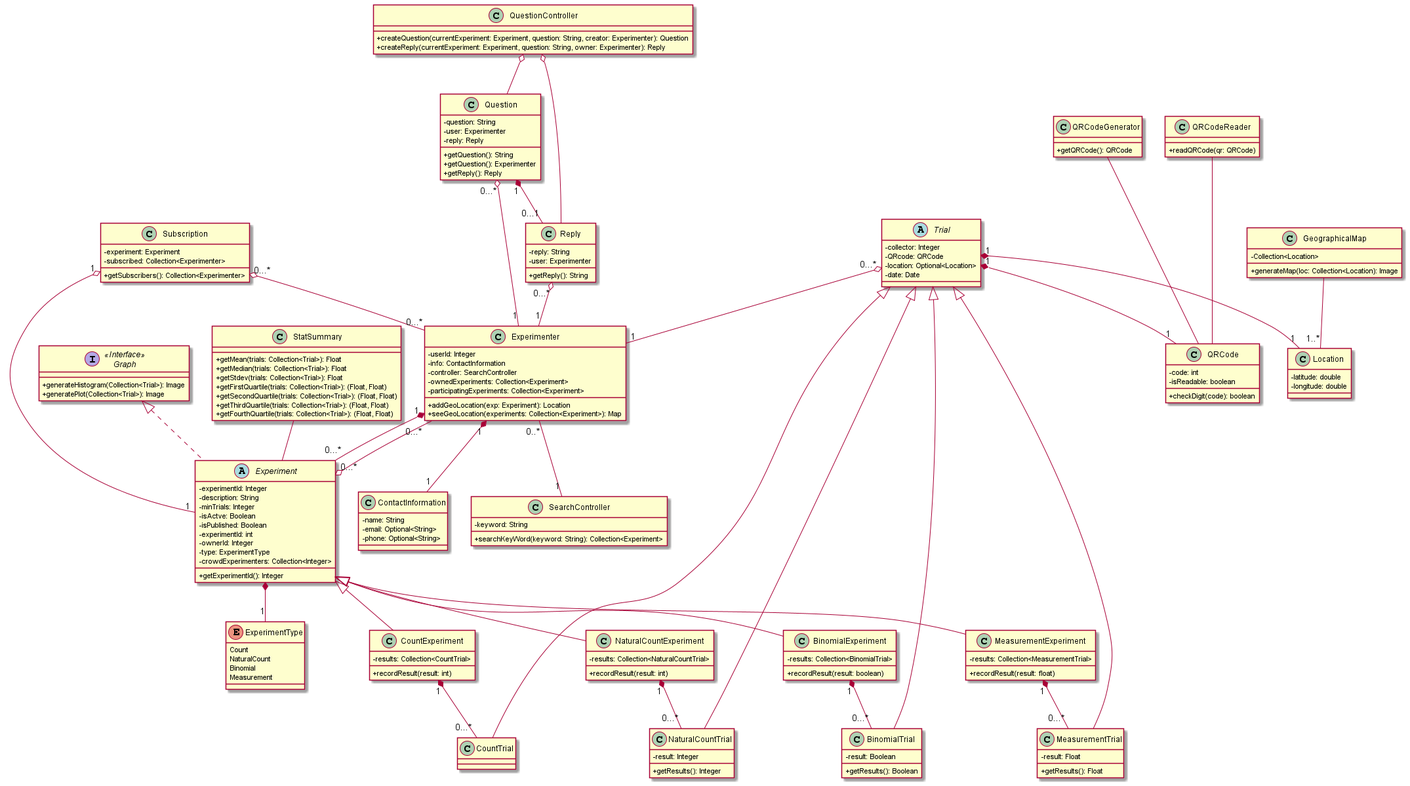
The PlantUML diagram doc/uml/UML.png in CMPUT301W21T03/Experiment-Automata, before a commit. Its diagram source:
```plantuml
@startuml UML
skinparam classAttributeIconSize 0

class Experimenter {
    -userId: Integer
    -info: ContactInformation
    -controller: SearchController
    -ownedExperiments: Collection<Experiment>
    -participatingExperiments: Collection<Experiment>
    +addGeoLocation(exp: Experiment): Location
    +seeGeoLocation(experiments: Collection<Experiment>): Map
}

class Subscription {
    -experiment: Experiment
    -subscribed: Collection<Experimenter>
    +getSubscribers(): Collection<Experimenter>
}

class Question {
    -question: String
    -user: Experimenter
    -reply: Reply
    +getQuestion(): String
    +getQuestion(): Experimenter
    +getReply(): Reply
}

class Reply {
    -reply: String
    -user: Experimenter
    +getReply(): String
}

class QuestionController {
    +createQuestion(currentExperiment: Experiment, question: String, creator: Experimenter): Question
    +createReply(currentExperiment: Experiment, question: String, owner: Experimenter): Reply
}

enum ExperimentType {
    Count
    NaturalCount
    Binomial
    Measurement
}

abstract class Experiment implements Graph {
    -experimentId: Integer
    -description: String
    -minTrials: Integer
    -isActve: Boolean
    -isPublished: Boolean
    -experimentId: int
    -ownerId: Integer
    -type: ExperimentType
    -crowdExperimenters: Collection<Integer>
    +getExperimentId(): Integer
}



class CountExperiment extends Experiment {
    -results: Collection<CountTrial>
    +recordResult(result: int)
}

class NaturalCountExperiment extends Experiment {
    -results: Collection<NaturalCountTrial>
    +recordResult(result: int)
}

class BinomialExperiment extends Experiment {
    -results: Collection<BinomialTrial>
    +recordResult(result: boolean)
}

class MeasurementExperiment extends Experiment {
    -results: Collection<MeasurementTrial>
    +recordResult(result: float)
}

class StatSummary {
    +getMean(trials: Collection<Trial>): Float
    +getMedian(trials: Collection<Trial>): Float
    +getStdev(trials: Collection<Trial>): Float
    +getFirstQuartile(trials: Collection<Trial>): (Float, Float)
    +getSecondQuartile(trials: Collection<Trial>): (Float, Float)
    +getThirdQuartile(trials: Collection<Trial>): (Float, Float)
    +getFourthQuartile(trials: Collection<Trial>): (Float, Float)

}

abstract class Trial {
    -collector: Integer
    -QRcode: QRCode
    -location: Optional<Location>
    -date: Date
}

class CountTrial extends Trial {
}

class NaturalCountTrial extends Trial {
    -result: Integer
    +getResults(): Integer
}

class BinomialTrial extends Trial {
    -result: Boolean
    +getResults(): Boolean
}

class MeasurementTrial extends Trial {
    -result: Float
    +getResults(): Float
}

class QRCodeGenerator {
    +getQRCode(): QRCode
}

class QRCodeReader {
    +readQRCode(qr: QRCode)
}

class QRCode {
    -code: int
    -isReadable: boolean
    +checkDigit(code): boolean
}

class Location {
  -latitude: double
  -longitude: double
}

class GeographicalMap{
 -Collection<Location>
 +generateMap(loc: Collection<Location): Image
}

GeographicalMap -- "1..*" Location


interface "Graph" as Graph <<Interface>>> {
    +generateHistogram(Collection<Trial>): Image
    +generatePlot(Collection<Trial>): Image
}

class ContactInformation {
    -name: String
    -email: Optional<String>
    -phone: Optional<String>
}

class SearchController {
    -keyword: String
    +searchKeyWord(keyword: String): Collection<Experiment>
}

Experimenter "1" *-- "1" ContactInformation
Experimenter "1" *-- "0...*" Experiment

Subscription "0...*" o-- "0...*" Experimenter
Subscription "1" o-- "1" Experiment

Question "0...*" o-- "1" Experimenter
Question "1" *-- "0...1" Reply

Reply "0...*" o-- "1" Experimenter

Experiment "0...*" o-- "0...*" Experimenter

CountExperiment "1" *-- "0...*" CountTrial


NaturalCountExperiment "1" *-- "0...*" NaturalCountTrial

BinomialExperiment "1" *-- "0...*" BinomialTrial

MeasurementExperiment "1" *-- "0...*" MeasurementTrial

Trial "0...*" o-- "1" Experimenter
Trial "1" *-- "1" QRCode
Trial "1" *-- "1" Location

QRCodeGenerator --- QRCode
QRCodeReader --- QRCode

Experiment *-- "1" ExperimentType


Experimenter "0..*" -- "1" SearchController

QuestionController  o-- Question
QuestionController o-- Reply

StatSummary -- Experiment


@enduml
```
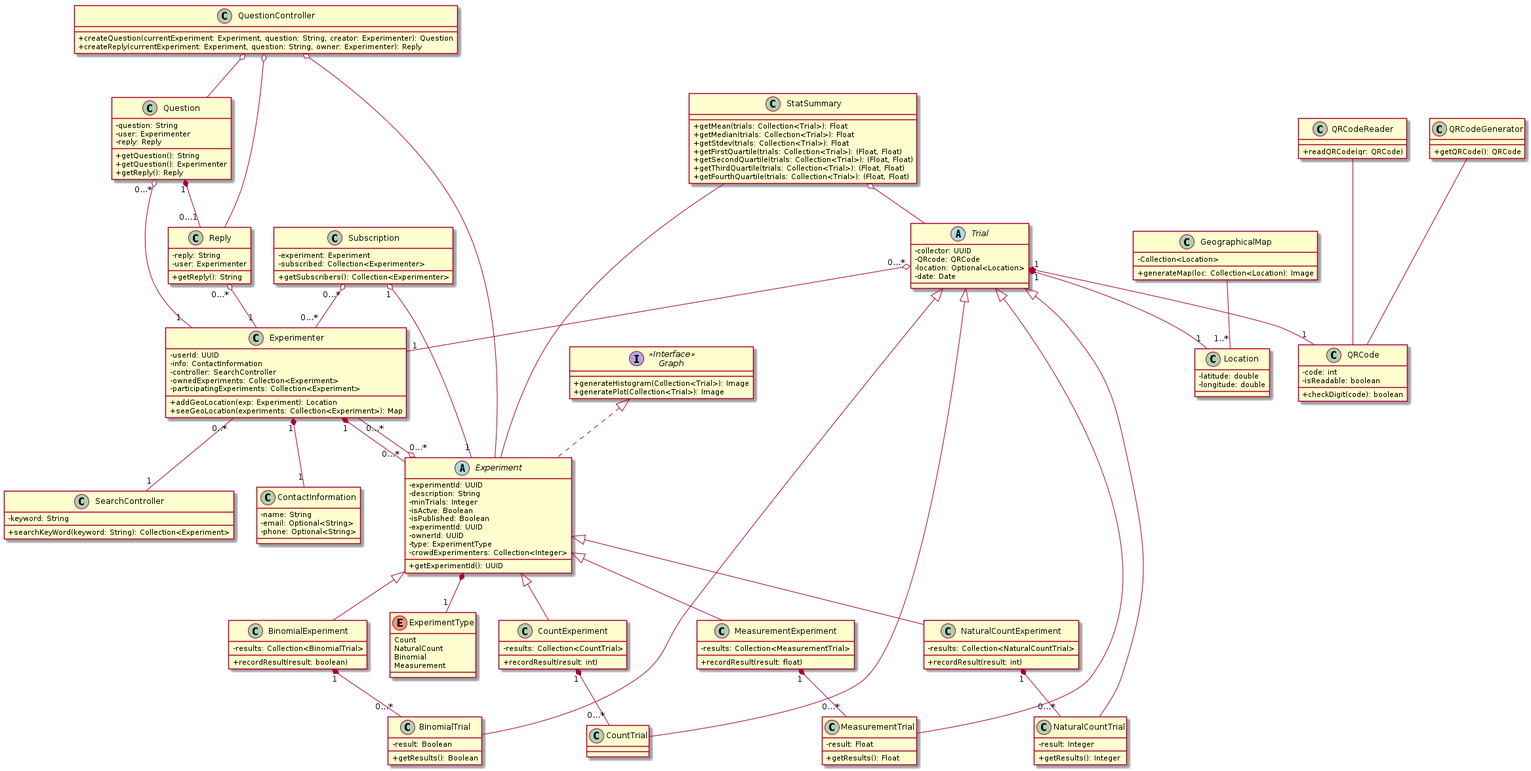
After the change.

Diff of the diagram source:
```diff
@@ -2,7 +2,7 @@
 skinparam classAttributeIconSize 0
 
 class Experimenter {
-    -userId: Integer
+    -userId: UUID
     -info: ContactInformation
     -controller: SearchController
     -ownedExperiments: Collection<Experiment>
@@ -45,16 +45,16 @@
 }
 
 abstract class Experiment implements Graph {
-    -experimentId: Integer
+    -experimentId: UUID
     -description: String
     -minTrials: Integer
     -isActve: Boolean
     -isPublished: Boolean
-    -experimentId: int
-    -ownerId: Integer
+    -experimentId: UUID
+    -ownerId: UUID
     -type: ExperimentType
     -crowdExperimenters: Collection<Integer>
-    +getExperimentId(): Integer
+    +getExperimentId(): UUID
 }
 
 
@@ -91,7 +91,7 @@
 }
 
 abstract class Trial {
-    -collector: Integer
+    -collector: UUID
     -QRcode: QRCode
     -location: Optional<Location>
     -date: Date
@@ -197,5 +197,10 @@
 
 StatSummary -- Experiment
 
+QuestionController o-- Experiment
+
+StatSummary o-- Trial
+
+
 
 @enduml
```
